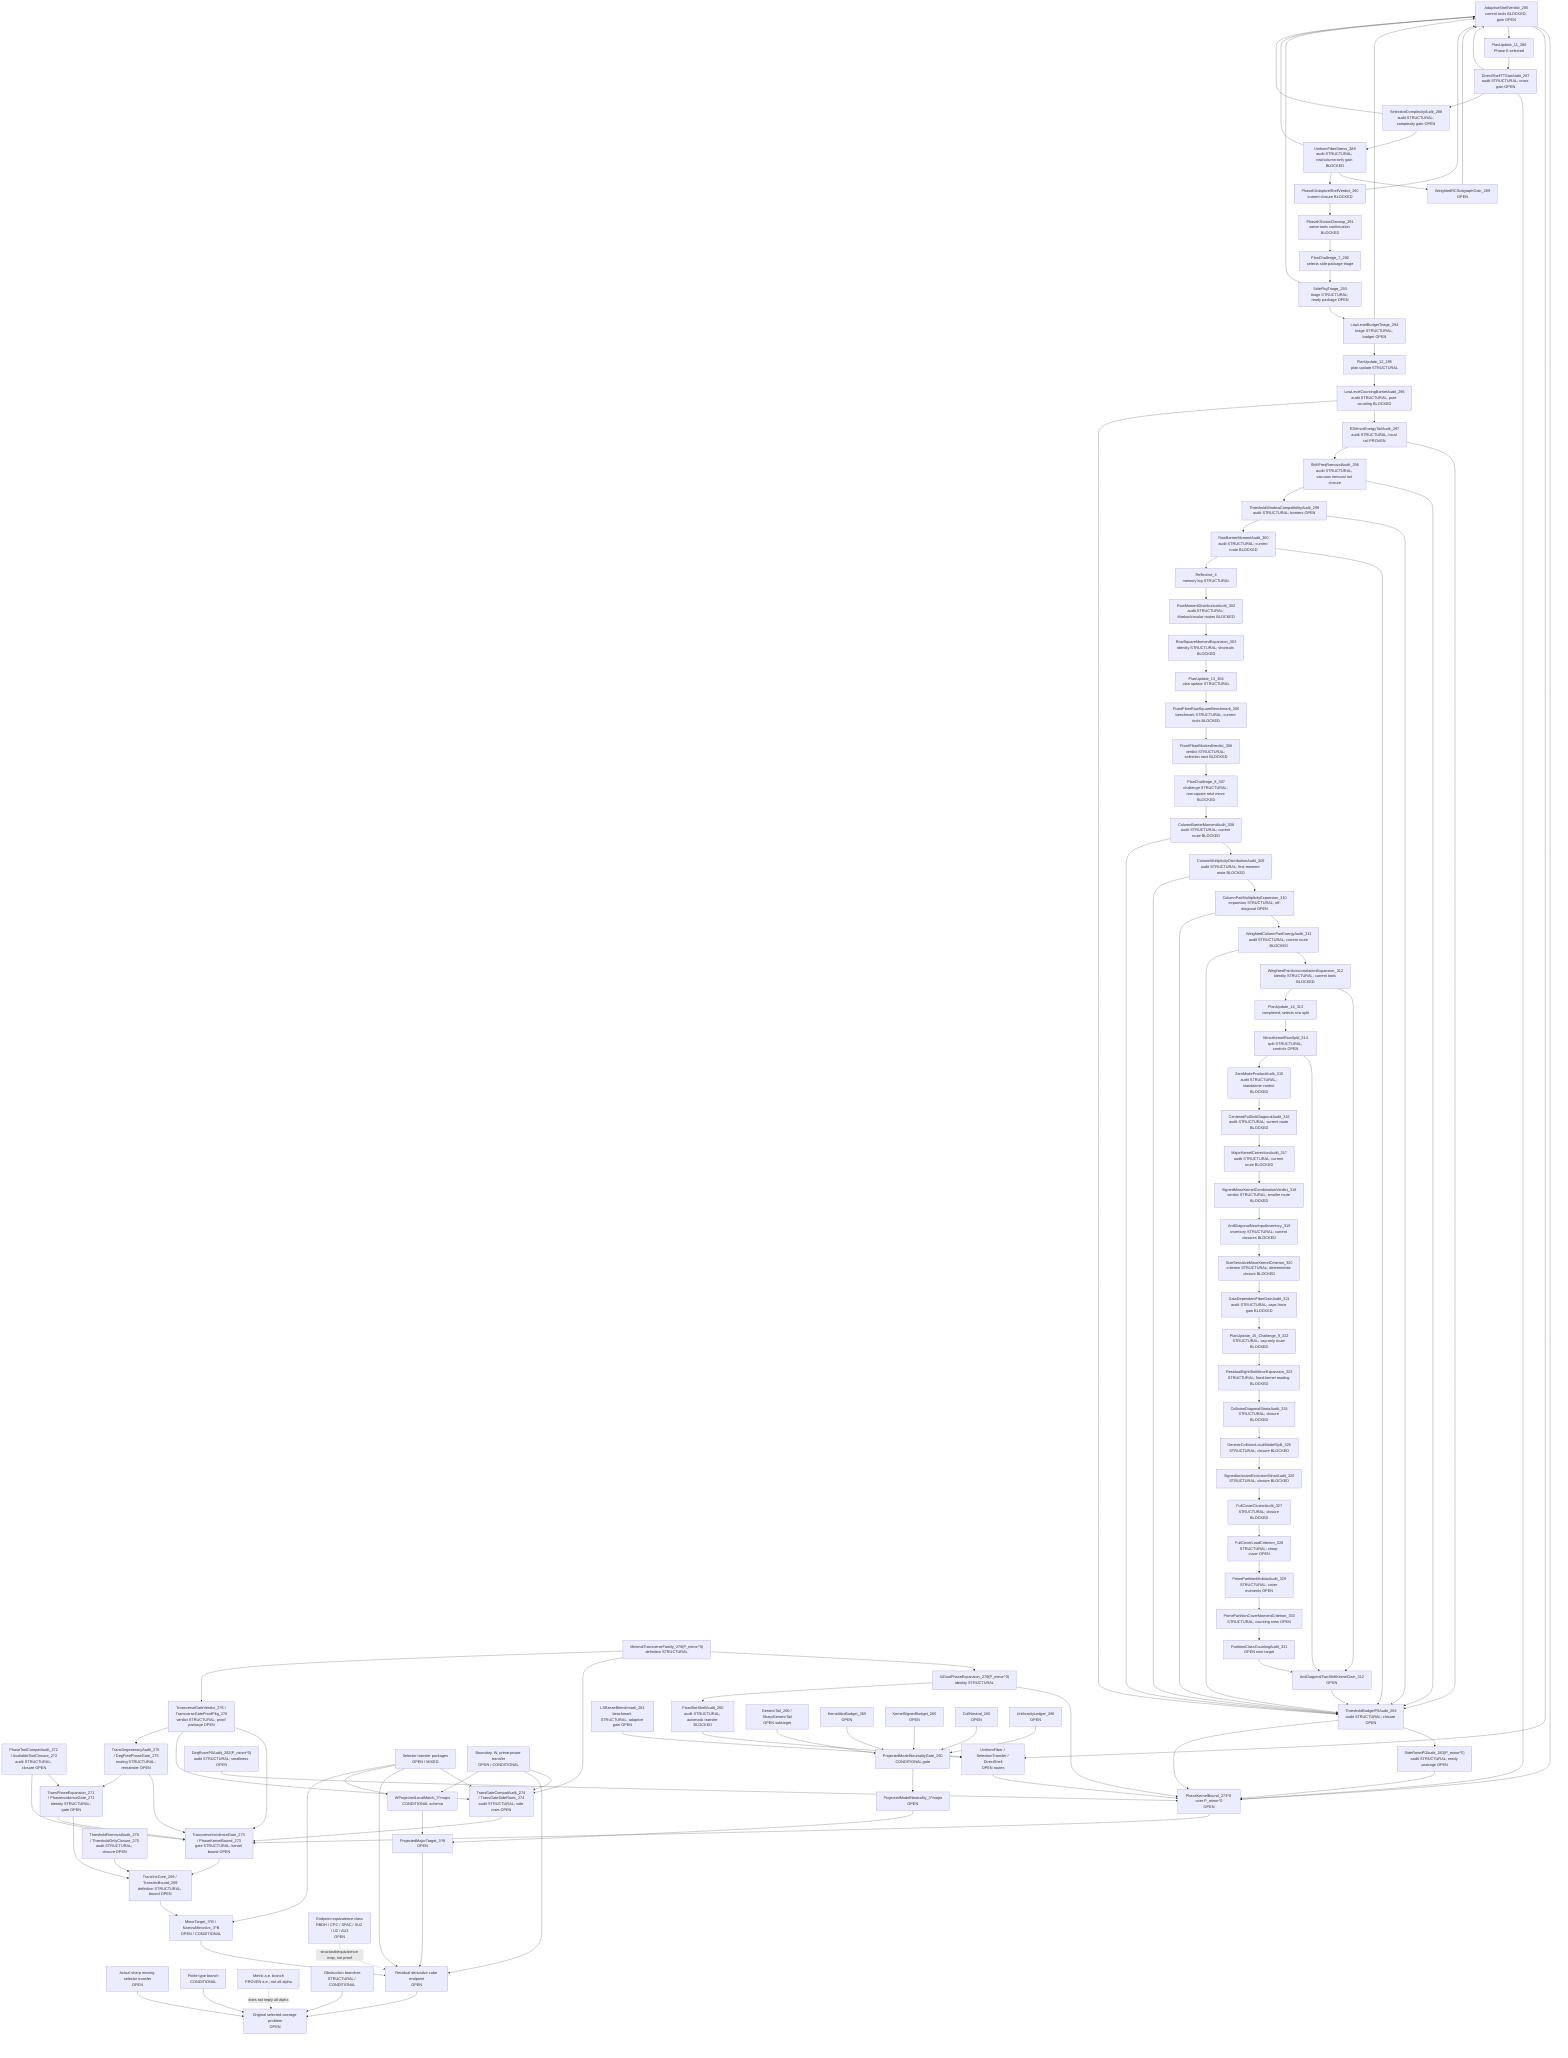
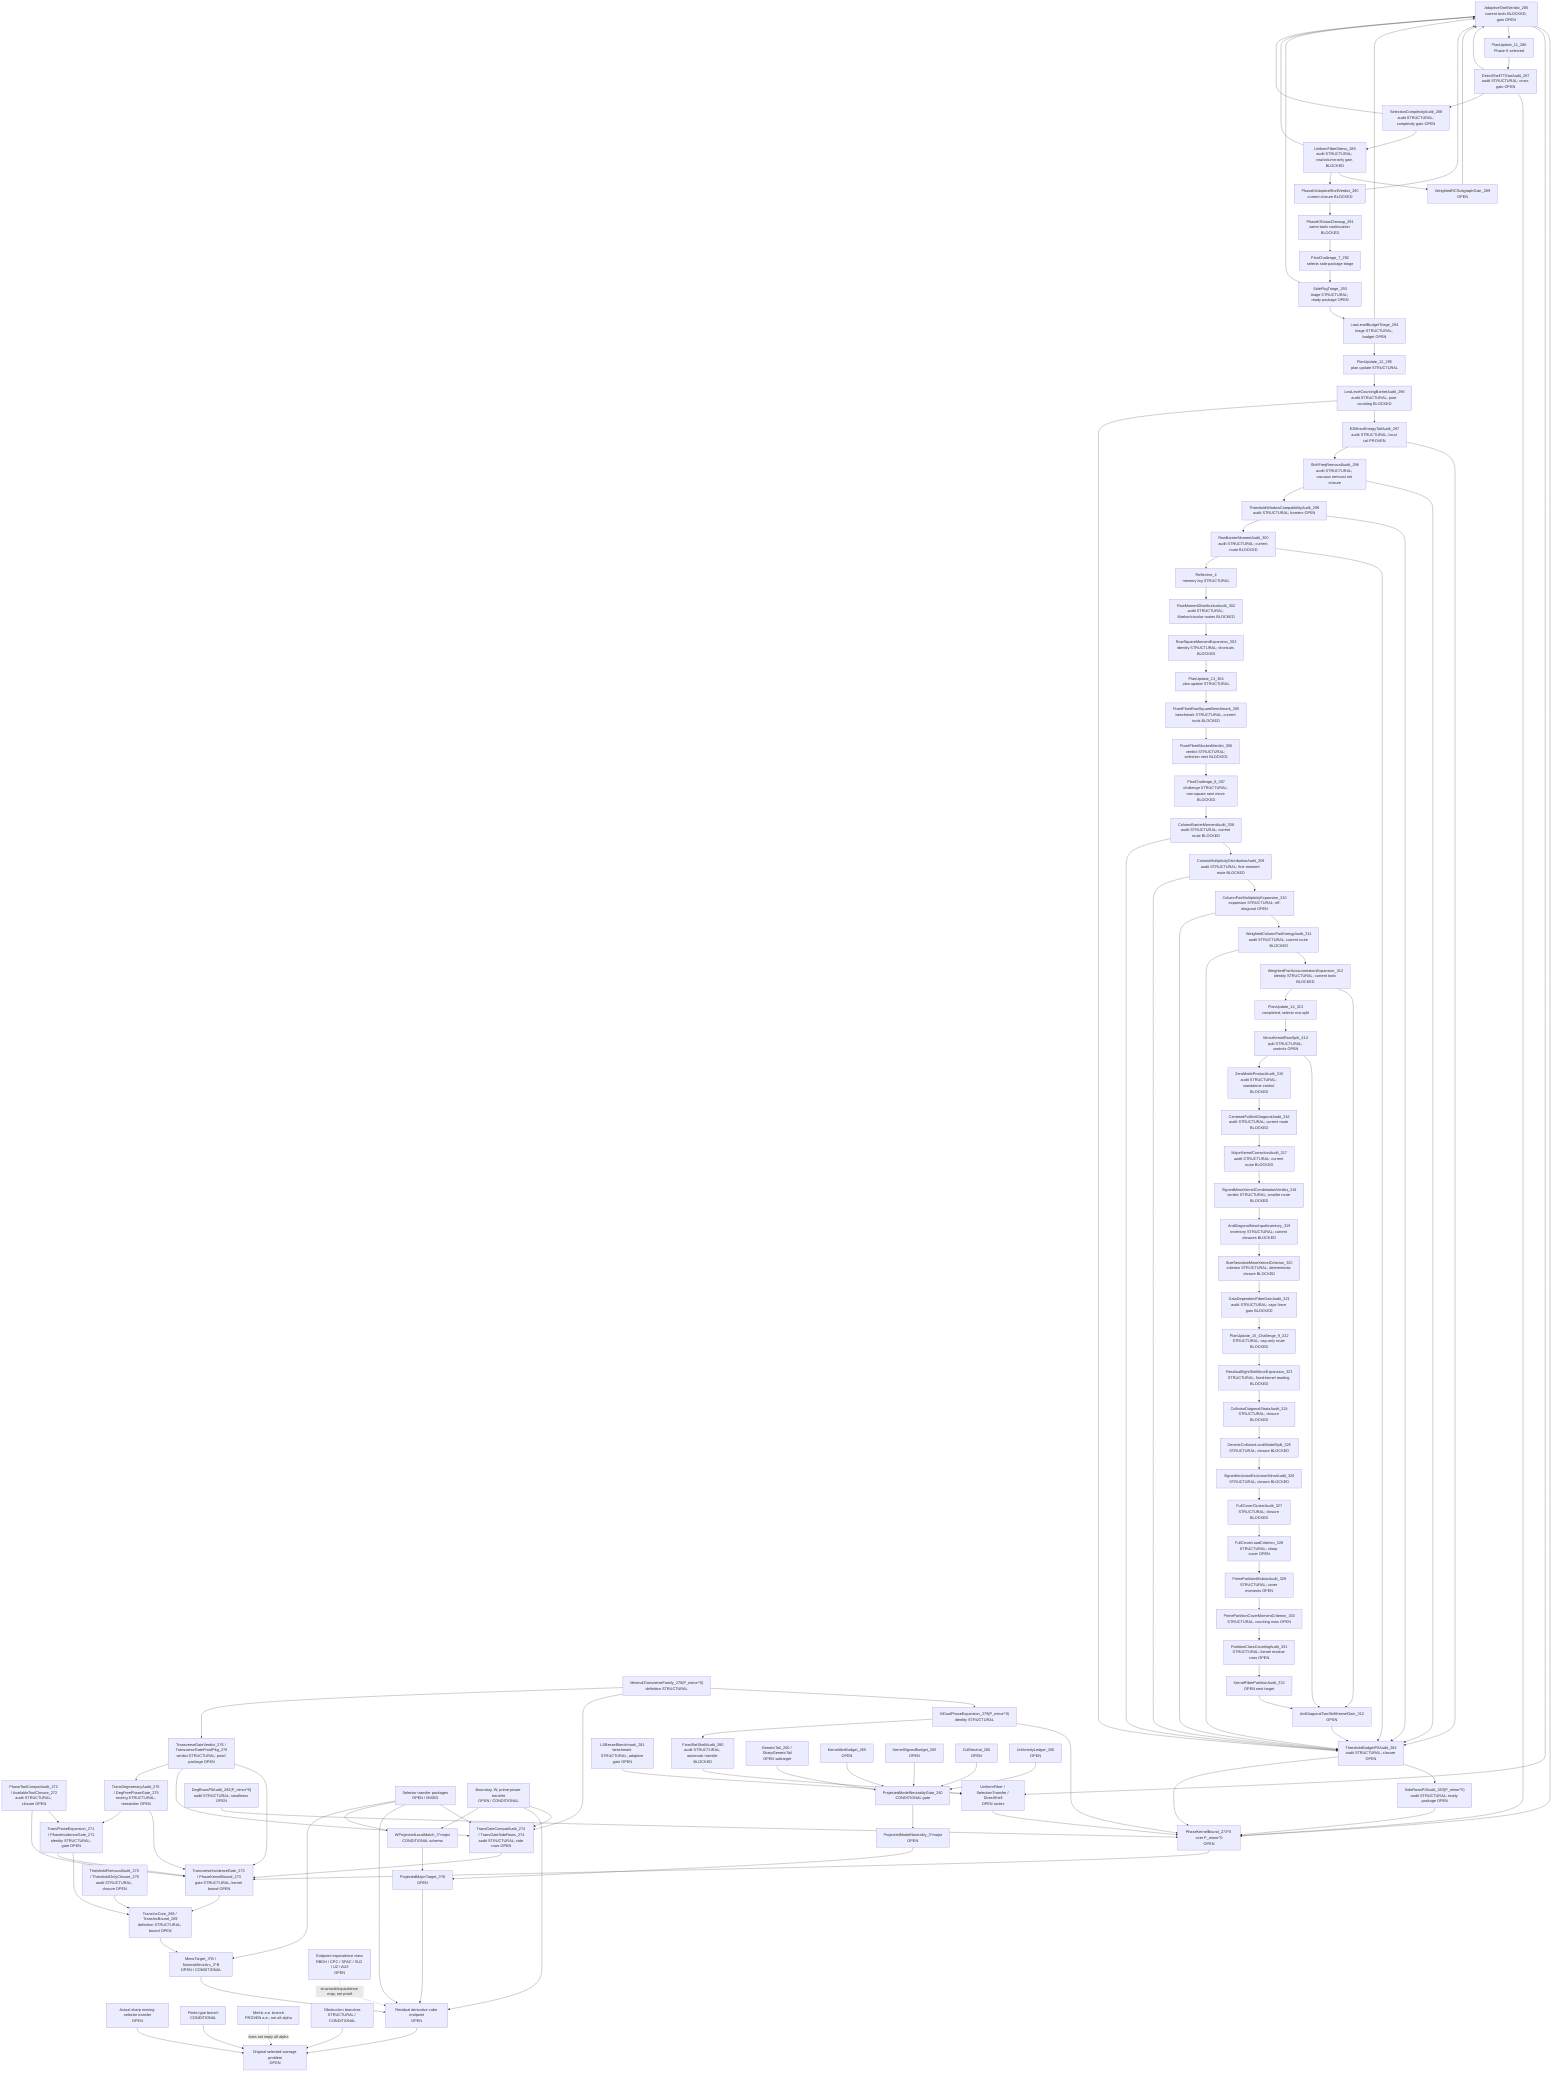
flowchart TD
  Original["Original selected-average problem<br/>OPEN"]
  SharpSel["Actual sharp moving selector transfer<br/>OPEN"]
  FiniteType["Finite-type branch<br/>CONDITIONAL"]
  Metric["Metric a.e. branch<br/>PROVEN a.e.; not all-alpha"]
  Obstruction["Obstruction branches<br/>STRUCTURAL / CONDITIONAL"]

  ResCube["Residual derivative cube endpoint<br/>OPEN"]
  MajorTarget["ProjectedMajorTarget_3^B<br/>OPEN"]
  MinorTarget["MinorTarget_3^B / NarrowMinorArc_3^B<br/>OPEN / CONDITIONAL"]
  TransInc["TransIncCore_269 / TransIncBound_269<br/>definition STRUCTURAL; bound OPEN"]
  ThresholdAudit["ThresholdRemovalAudit_270 / ThresholdOnlyClosure_270<br/>audit STRUCTURAL; closure OPEN"]
  PhaseExpansion["TransPhaseExpansion_271 / PhaseIncidenceGate_271<br/>identity STRUCTURAL; gate OPEN"]
  ToolCompat["PhaseToolCompatAudit_272 / AvailableToolClosure_272<br/>audit STRUCTURAL; closure OPEN"]
  TransGate["TransverseIncidenceGate_273 / PhaseKernelBound_273<br/>gate STRUCTURAL; kernel bound OPEN"]
  TransGateCompat["TransGateCompatAudit_274 / TransGateSideRows_274<br/>audit STRUCTURAL; side rows OPEN"]
  DegAudit["TransDegeneracyAudit_275 / DegFreePhaseGate_275<br/>routing STRUCTURAL; remainder OPEN"]
  TransVerdict["TransverseGateVerdict_276 / TransverseGateProofPkg_276<br/>verdict STRUCTURAL; proof package OPEN"]
  MinTransFamily["MinimalTransverseFamily_278(P_minor^0)<br/>definition STRUCTURAL"]
  XiExpansion["XiDualPhaseExpansion_279(P_minor^0)<br/>identity STRUCTURAL"]
  FixedShellAudit["FixedSetShellAudit_280<br/>audit STRUCTURAL; automatic transfer BLOCKED"]
  FixedShellTransfer["UniformFiber / SelectionTransfer / DirectShell<br/>OPEN routes"]
  LSBesselBench["LSBesselBenchmark_281<br/>benchmark STRUCTURAL; adaptive gain OPEN"]
  DegRowsP0["DegRowsP0Audit_282(P_minor^0)<br/>audit STRUCTURAL; smallness OPEN"]
  SideRowsP0["SideRowsP0Audit_283(P_minor^0)<br/>audit STRUCTURAL; ready package OPEN"]
  ThresholdP0["ThresholdBudgetP0Audit_284<br/>audit STRUCTURAL; closure OPEN"]
  AdaptiveShellP0["AdaptiveShellVerdict_285<br/>current tools BLOCKED; gain OPEN"]
  PlanUpdate11["PlanUpdate_11_286<br/>Phase K selected"]
  DirectTTStar["DirectShellTTStarAudit_287<br/>audit STRUCTURAL; cross gain OPEN"]
  SelectionComplexity["SelectionComplexityAudit_288<br/>audit STRUCTURAL; complexity gain OPEN"]
  UniformFiberStress["UniformFiberStress_289<br/>audit STRUCTURAL; row/column-only gain BLOCKED"]
  WeightedRCSubgraph["WeightedRCSubgraphGain_289<br/>OPEN"]
  AdaptiveVerdict290["PhaseKAdaptiveShellVerdict_290<br/>current closure BLOCKED"]
  PhaseKCleanup291["PhaseKStatusCleanup_291<br/>same-tools continuation BLOCKED"]
  PlanChallenge7["PlanChallenge_7_292<br/>selects side-package triage"]
  SidePkgTriage293["SidePkgTriage_293<br/>triage STRUCTURAL; ready package OPEN"]
  LowLevelTriage294["LowLevelBudgetTriage_294<br/>triage STRUCTURAL; budget OPEN"]
  PlanUpdate12["PlanUpdate_12_295<br/>plan update STRUCTURAL"]
  LowLevelBarrier296["LowLevelCountingBarrierAudit_296<br/>audit STRUCTURAL; pure counting BLOCKED"]
  E2Tail297["E2MinorEnergyTailAudit_297<br/>audit STRUCTURAL; local tail PROVEN"]
  ShiftFreq298["ShiftFreqRemovalAudit_298<br/>audit STRUCTURAL; vacuous removal not closure"]
  ThresholdWindow299["ThresholdWindowCompatibilityAudit_299<br/>audit STRUCTURAL; barriers OPEN"]
  RowBarrier300["RowBarrierMomentAudit_300<br/>audit STRUCTURAL; current route BLOCKED"]
  Reflective4["Reflective_4<br/>memory log STRUCTURAL"]
  RowMoment302["RowMomentDistributionAudit_302<br/>audit STRUCTURAL; Markov/circular routes BLOCKED"]
  RowSquare303["RowSquareMomentExpansion_303<br/>identity STRUCTURAL; shortcuts BLOCKED"]
  PlanUpdate13["PlanUpdate_13_304<br/>plan update STRUCTURAL"]
  FixedFiber305["FixedFiberRowSquareBenchmark_305<br/>benchmark STRUCTURAL; current tools BLOCKED"]
  FixedFiber306["FixedFiberBlockedVerdict_306<br/>verdict STRUCTURAL; selection next BLOCKED"]
  PlanChallenge8["PlanChallenge_8_307<br/>challenge STRUCTURAL; row-square next move BLOCKED"]
  ColumnBarrier308["ColumnBarrierMomentAudit_308<br/>audit STRUCTURAL; current route BLOCKED"]
  ColumnDist309["ColumnMultiplicityDistributionAudit_309<br/>audit STRUCTURAL; first-moment route BLOCKED"]
  ColumnPair310["ColumnPairMultiplicityExpansion_310<br/>expansion STRUCTURAL; off-diagonal OPEN"]
  WPair311["WeightedColumnPairEnergyAudit_311<br/>audit STRUCTURAL; current route BLOCKED"]
  AutoCorr312["WeightedPairAutocorrelationExpansion_312<br/>identity STRUCTURAL; current tools BLOCKED"]
  AntiDiag312["AntiDiagonalTwoShiftKernelGain_312<br/>OPEN"]
  PlanUpdate14["PlanUpdate_14_313<br/>completed; selects row split"]
  MinorKernel314["MinorKernelRowSplit_314<br/>split STRUCTURAL; controls OPEN"]
  ZeroAudit315["ZeroModeProductAudit_315<br/>audit STRUCTURAL; standalone control BLOCKED"]
  CenteredFull316["CenteredFullAntiDiagonalAudit_316<br/>audit STRUCTURAL; current route BLOCKED"]
  MajorCorr317["MajorKernelCorrectionAudit_317<br/>audit STRUCTURAL; current route BLOCKED"]
  SignedVerdict318["SignedMinorKernelCombinationVerdict_318<br/>verdict STRUCTURAL; smaller route BLOCKED"]
  NewInput319["AntiDiagonalNewInputInventory_319<br/>inventory STRUCTURAL; current closures BLOCKED"]
  SizeSensitive320["SizeSensitiveMinorKernelCriterion_320<br/>criterion STRUCTURAL; deterministic closure BLOCKED"]
  FiberGain321["DataDependentFiberGainAudit_321<br/>audit STRUCTURAL; caps force gain BLOCKED"]
  Plan322["PlanUpdate_15_Challenge_9_322<br/>STRUCTURAL; cap-only route BLOCKED"]
  ResidualEight323["ResidualEightSlotMinorExpansion_323<br/>STRUCTURAL; fixed-kernel reading BLOCKED"]
  Collision324["CollisionDiagonalStrataAudit_324<br/>STRUCTURAL; closure BLOCKED"]
  GenericSplit325["GenericCollisionLocalModelSplit_325<br/>STRUCTURAL; closure BLOCKED"]
  SignedIE326["SignedInclusionExclusionMinorAudit_326<br/>STRUCTURAL; closure BLOCKED"]
  FullCover327["FullCoverClusterAudit_327<br/>STRUCTURAL; closure BLOCKED"]
  CoverLoad328["FullCoverLoadCriterion_328<br/>STRUCTURAL; sharp cover OPEN"]
  PrimeMobius329["PrimePartitionMobiusAudit_329<br/>STRUCTURAL; cover moments OPEN"]
  CoverMoment330["PrimePartitionCoverMomentCriterion_330<br/>STRUCTURAL; counting rows OPEN"]
-   PartitionCount331["PartitionClassCountingAudit_331<br/>OPEN next target"]
+   PartitionCount331["PartitionClassCountingAudit_331<br/>STRUCTURAL; kernel residue rows OPEN"]
+   KernelFiber332["KernelFiberPartitionAudit_332<br/>OPEN next target"]
  PhaseKernel0["PhaseKernelBound_273^0 over P_minor^0<br/>OPEN"]
  SelectorTransfer["Selector transfer packages<br/>OPEN / MIXED"]
  BoundaryTransfer["Boundary, W, prime-power transfer<br/>OPEN / CONDITIONAL"]

  WLocal["WProjectedLocalMatch_3^major<br/>CONDITIONAL schema"]
  ModelNeutral["ProjectedModelNeutrality_3^major<br/>OPEN"]
  PMNGate["ProjectedModelNeutralityGate_260<br/>CONDITIONAL gate"]
  GenericTail["GenericTail_260 / SharpGenericTail<br/>OPEN subtarget"]
  KernelAbs["KernelAbsBudget_265<br/>OPEN"]
  KernelSigned["KernelSignedBudget_265<br/>OPEN"]
  CollNeutral["CollNeutral_260<br/>OPEN"]
  Uniformity["UniformityLedger_266<br/>OPEN"]

  EndpointClass["Endpoint equivalence class<br/>RBDH / CPC / SPAC / SU2 / U2 / AU3<br/>OPEN"]

  SharpSel --> Original
  FiniteType --> Original
  Obstruction --> Original
  ResCube --> Original
  Metric -. "does not imply all-alpha" .-> Original

  MajorTarget --> ResCube
  MinorTarget --> ResCube
  TransInc --> MinorTarget
  ThresholdAudit --> TransInc
  PhaseExpansion --> TransInc
  ToolCompat --> PhaseExpansion
  TransGate --> TransInc
  PhaseExpansion --> TransGate
  ToolCompat --> TransGate
  TransGateCompat --> TransGate
  SelectorTransfer --> TransGateCompat
  BoundaryTransfer --> TransGateCompat
  DegAudit --> TransGate
  DegAudit --> PhaseExpansion
  TransVerdict --> TransGate
  TransVerdict --> TransGateCompat
  TransVerdict --> DegAudit
  PhaseKernel0 --> TransGate
  MinTransFamily --> XiExpansion
  XiExpansion --> PhaseKernel0
  XiExpansion --> FixedShellAudit
  FixedShellAudit --> FixedShellTransfer
  FixedShellTransfer --> PhaseKernel0
  LSBesselBench --> FixedShellTransfer
  DegRowsP0 --> PhaseKernel0
  SideRowsP0 --> PhaseKernel0
  ThresholdP0 --> SideRowsP0
  ThresholdP0 --> PhaseKernel0
  AdaptiveShellP0 --> PhaseKernel0
  AdaptiveShellP0 --> FixedShellTransfer
  AdaptiveShellP0 --> PlanUpdate11
  PlanUpdate11 --> DirectTTStar
  DirectTTStar --> AdaptiveShellP0
  DirectTTStar --> PhaseKernel0
  DirectTTStar --> SelectionComplexity
  SelectionComplexity --> UniformFiberStress
  SelectionComplexity --> AdaptiveShellP0
  UniformFiberStress --> WeightedRCSubgraph
  WeightedRCSubgraph --> AdaptiveShellP0
  UniformFiberStress --> AdaptiveVerdict290
  UniformFiberStress --> AdaptiveShellP0
  AdaptiveVerdict290 --> AdaptiveShellP0
  AdaptiveVerdict290 --> PhaseKCleanup291
  PhaseKCleanup291 --> PlanChallenge7
  PlanChallenge7 --> SidePkgTriage293
  SidePkgTriage293 --> LowLevelTriage294
  SidePkgTriage293 --> AdaptiveShellP0
  LowLevelTriage294 --> AdaptiveShellP0
  LowLevelTriage294 --> PlanUpdate12
  PlanUpdate12 --> LowLevelBarrier296
  LowLevelBarrier296 --> E2Tail297
  LowLevelBarrier296 --> ThresholdP0
  E2Tail297 --> ThresholdP0
  E2Tail297 --> ShiftFreq298
  ShiftFreq298 --> ThresholdP0
  ShiftFreq298 --> ThresholdWindow299
  ThresholdWindow299 --> ThresholdP0
  ThresholdWindow299 --> RowBarrier300
  RowBarrier300 --> ThresholdP0
  RowBarrier300 --> Reflective4
  Reflective4 --> RowMoment302
  RowMoment302 --> RowSquare303
  RowSquare303 --> PlanUpdate13
  PlanUpdate13 --> FixedFiber305
  FixedFiber305 --> FixedFiber306
  FixedFiber306 --> PlanChallenge8
  PlanChallenge8 --> ColumnBarrier308
  ColumnBarrier308 --> ColumnDist309
  ColumnDist309 --> ColumnPair310
  ColumnPair310 --> WPair311
  WPair311 --> AutoCorr312
  AutoCorr312 --> AntiDiag312
  AntiDiag312 --> ThresholdP0
  AutoCorr312 --> PlanUpdate14
  PlanUpdate14 --> MinorKernel314
  MinorKernel314 --> AntiDiag312
  MinorKernel314 --> ZeroAudit315
  ZeroAudit315 --> CenteredFull316
  CenteredFull316 --> MajorCorr317
  MajorCorr317 --> SignedVerdict318
  SignedVerdict318 --> NewInput319
  NewInput319 --> SizeSensitive320
  SizeSensitive320 --> FiberGain321
  FiberGain321 --> Plan322
  Plan322 --> ResidualEight323
  ResidualEight323 --> Collision324
  Collision324 --> GenericSplit325
  GenericSplit325 --> SignedIE326
  SignedIE326 --> FullCover327
  FullCover327 --> CoverLoad328
  CoverLoad328 --> PrimeMobius329
  PrimeMobius329 --> CoverMoment330
  CoverMoment330 --> PartitionCount331
-   PartitionCount331 --> AntiDiag312
+   PartitionCount331 --> KernelFiber332
+   KernelFiber332 --> AntiDiag312
  WPair311 --> ThresholdP0
  ColumnPair310 --> ThresholdP0
  ColumnDist309 --> ThresholdP0
  ColumnBarrier308 --> ThresholdP0
  MinTransFamily --> TransGateCompat
  MinTransFamily --> TransVerdict
  SelectorTransfer --> ResCube
  BoundaryTransfer --> ResCube
  EndpointClass -. "structural/equivalence map, not proof" .-> ResCube

  WLocal --> MajorTarget
  ModelNeutral --> MajorTarget

  PMNGate --> ModelNeutral
  GenericTail --> PMNGate
  KernelAbs --> PMNGate
  KernelSigned --> PMNGate
  CollNeutral --> PMNGate
  Uniformity --> PMNGate

  BoundaryTransfer --> WLocal
  SelectorTransfer --> WLocal
  SelectorTransfer --> MinorTarget
